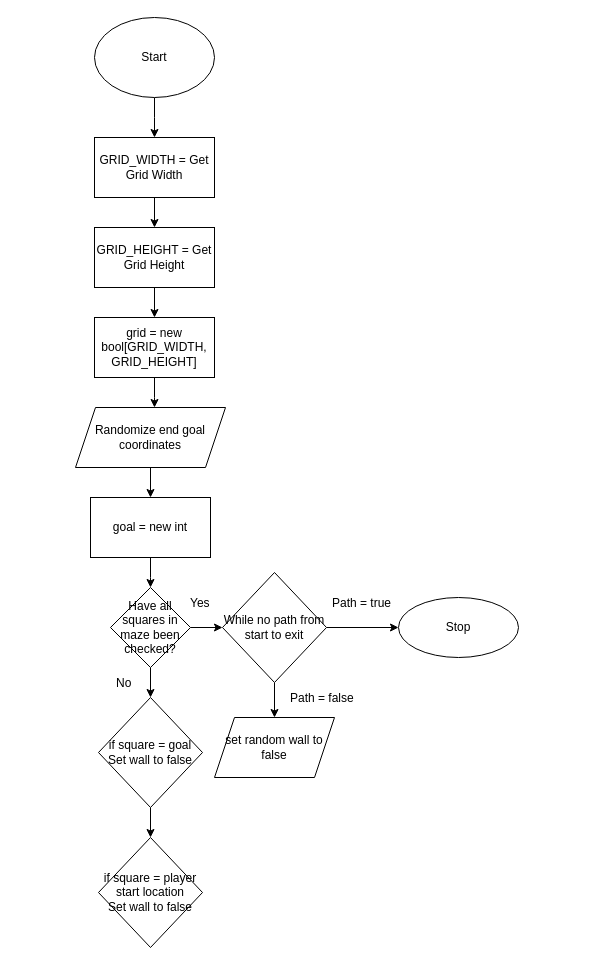
Before: Untitled Diagram.drawio in stanbennard/MazeProject2021, a draw.io diagram. Source tidied: cells renumbered, new cells numbered last; positions are measured from the earlier drawing's top-left corner, leaving out a move shared by most shapes. Both pictures are drawn from the tidied source at 100%, with x=0, y=0 at pixel (75, 17).
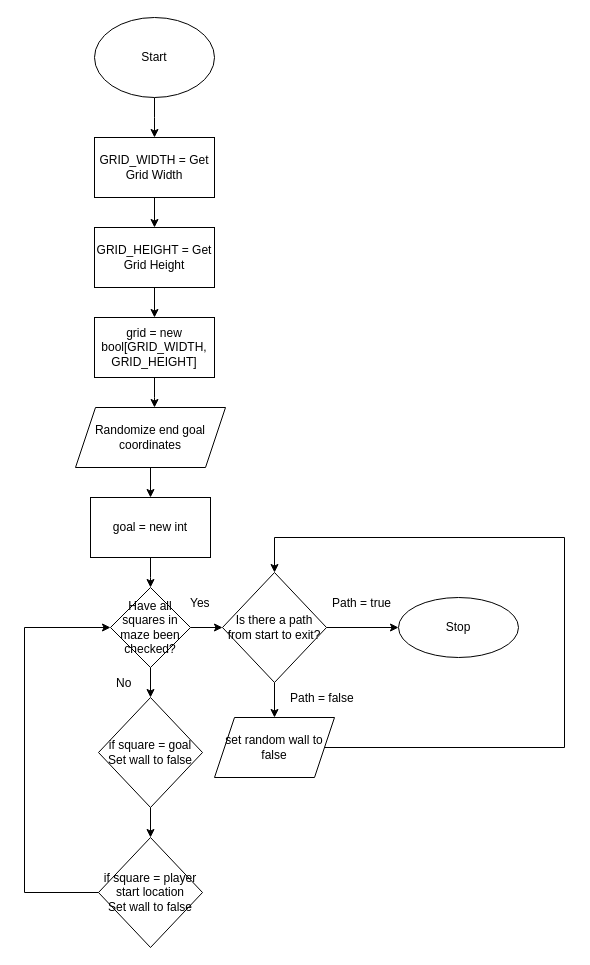
After the change.

Unchanged cells that the change refers to:
```xml
<mxCell id="16" value="Have all squares in maze been checked?" style="rhombus;whiteSpace=wrap;html=1;" parent="1" vertex="1">
  <mxGeometry x="35" y="570" width="80" height="80" as="geometry" />
</mxCell>
<mxCell id="19" value="&lt;span&gt;if square = player start location&lt;/span&gt;&lt;br&gt;&lt;span&gt;Set wall to false&lt;/span&gt;" style="rhombus;whiteSpace=wrap;html=1;" parent="1" vertex="1">
  <mxGeometry x="23" y="820" width="104" height="110" as="geometry" />
</mxCell>
<mxCell id="25" value="set random wall to false" style="shape=parallelogram;perimeter=parallelogramPerimeter;whiteSpace=wrap;html=1;fixedSize=1;" parent="1" vertex="1">
  <mxGeometry x="139" y="700" width="120" height="60" as="geometry" />
</mxCell>
```

The edit, as a diff of the source:
```diff
@@
-    <mxCell id="22" value="While no path from start to exit" style="rhombus;whiteSpace=wrap;html=1;" parent="1" vertex="1">
+    <mxCell id="22" value="Is there a path from start to exit?" style="rhombus;whiteSpace=wrap;html=1;" parent="1" vertex="1">
       <mxGeometry x="147" y="555" width="104" height="110" as="geometry" />
     </mxCell>
@@
+    <mxCell id="29" style="edgeStyle=orthogonalEdgeStyle;rounded=0;jettySize=auto;html=1;endArrow=classic;endFill=1;entryX=0.5;entryY=0;entryDx=0;entryDy=0;" parent="1" edge="1" source="25" target="22">
+      <mxGeometry relative="1" as="geometry">
+        <Array as="points">
+          <mxPoint x="489" y="730" />
+          <mxPoint x="489" y="520" />
+          <mxPoint x="199" y="520" />
+        </Array>
+      </mxGeometry>
+    </mxCell>
@@
+    <mxCell id="30" style="endArrow=none;html=1;rounded=0;exitX=0;exitY=0.5;exitDx=0;exitDy=0;endFill=0;" parent="1" edge="1" source="19">
+      <mxGeometry relative="1" as="geometry">
+        <mxPoint x="-51" y="610" as="targetPoint" />
+        <Array as="points">
+          <mxPoint x="-51" y="875" />
+        </Array>
+      </mxGeometry>
+    </mxCell>
+    <mxCell id="31" style="endArrow=classic;html=1;rounded=0;entryX=0;entryY=0.5;entryDx=0;entryDy=0;" parent="1" edge="1" target="16">
+      <mxGeometry relative="1" as="geometry">
+        <mxPoint x="-51" y="610" as="sourcePoint" />
+      </mxGeometry>
+    </mxCell>
```
